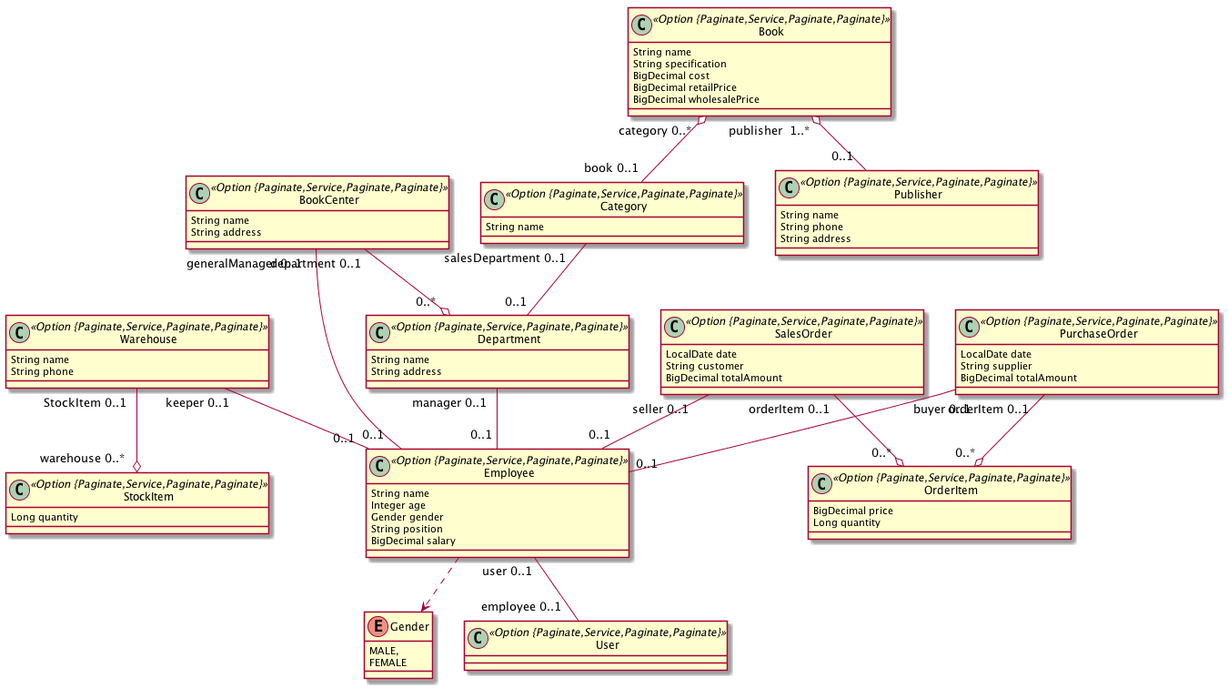
The PlantUML diagram BookCenter.png in henryL1N/bookcenter, before a commit.
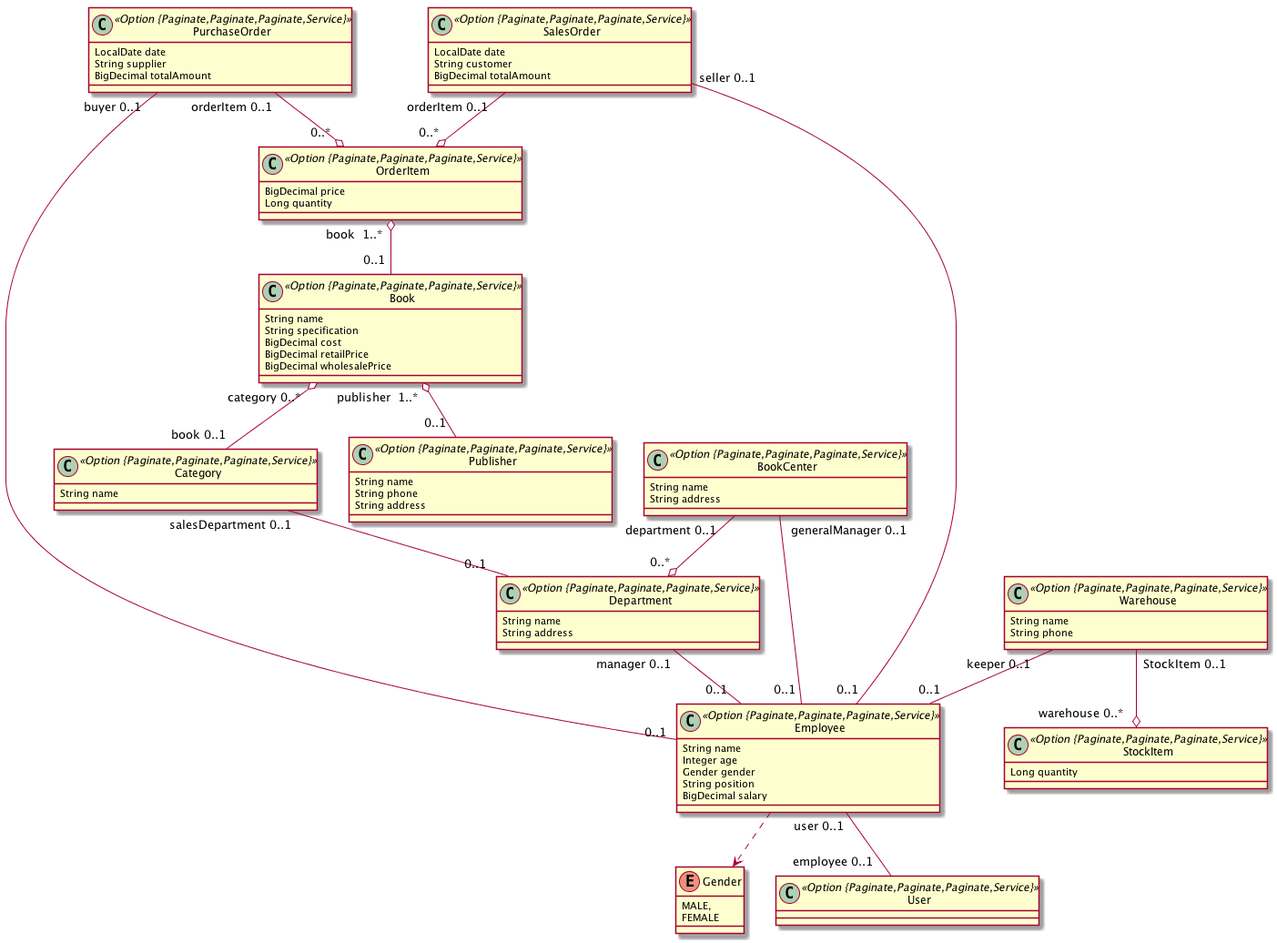
After the change.

Diff of the diagram source:
```diff
@@ -1,24 +1,24 @@
 @startuml
 	!pragma syntax class
-	class Book <<Option {Paginate,Service,Paginate,Paginate}>> {
+	class Book <<Option {Paginate,Paginate,Paginate,Service}>> {
 		String name
 		String specification
 		BigDecimal cost
 		BigDecimal retailPrice
 		BigDecimal wholesalePrice
 	}
-	class BookCenter <<Option {Paginate,Service,Paginate,Paginate}>> {
+	class BookCenter <<Option {Paginate,Paginate,Paginate,Service}>> {
 		String name
 		String address
 	}
-	class Category <<Option {Paginate,Service,Paginate,Paginate}>> {
+	class Category <<Option {Paginate,Paginate,Paginate,Service}>> {
 		String name
 	}
-	class Department <<Option {Paginate,Service,Paginate,Paginate}>> {
+	class Department <<Option {Paginate,Paginate,Paginate,Service}>> {
 		String name
 		String address
 	}
-	class Employee <<Option {Paginate,Service,Paginate,Paginate}>> {
+	class Employee <<Option {Paginate,Paginate,Paginate,Service}>> {
 		String name
 		Integer age
 		Gender gender
@@ -30,29 +30,29 @@
 		MALE,
 		FEMALE
 	}
-	class Publisher <<Option {Paginate,Service,Paginate,Paginate}>> {
+	class Publisher <<Option {Paginate,Paginate,Paginate,Service}>> {
 		String name
 		String phone
 		String address
 	}
-	class StockItem <<Option {Paginate,Service,Paginate,Paginate}>> {
+	class StockItem <<Option {Paginate,Paginate,Paginate,Service}>> {
 		Long quantity
 	}
-	class Warehouse <<Option {Paginate,Service,Paginate,Paginate}>> {
+	class Warehouse <<Option {Paginate,Paginate,Paginate,Service}>> {
 		String name
 		String phone
 	}
-	class PurchaseOrder <<Option {Paginate,Service,Paginate,Paginate}>> {
+	class PurchaseOrder <<Option {Paginate,Paginate,Paginate,Service}>> {
 		LocalDate date
 		String supplier
 		BigDecimal totalAmount
 	}
-	class SalesOrder <<Option {Paginate,Service,Paginate,Paginate}>> {
+	class SalesOrder <<Option {Paginate,Paginate,Paginate,Service}>> {
 		LocalDate date
 		String customer
 		BigDecimal totalAmount
 	}
-	class OrderItem <<Option {Paginate,Service,Paginate,Paginate}>> {
+	class OrderItem <<Option {Paginate,Paginate,Paginate,Service}>> {
 		BigDecimal price
 		Long quantity
 	}
@@ -66,9 +66,10 @@
 	BookCenter  "department 0..1 " --o "0..* "  Department
 	PurchaseOrder  "orderItem 0..1 " --o "0..* "  OrderItem
 	SalesOrder  "orderItem 0..1 " --o "0..* "  OrderItem
+	OrderItem  "book  1..* " o-- "0..1 "  Book
 	Book  "publisher  1..* " o-- "0..1 "  Publisher
 	Book  "category 0..* " o-- "book 0..1 "  Category
 	Warehouse  "StockItem 0..1 " --o "warehouse 0..* "  StockItem
-	class User <<Option {Paginate,Service,Paginate,Paginate}>> {
+	class User <<Option {Paginate,Paginate,Paginate,Service}>> {
 	}
 @enduml
```
